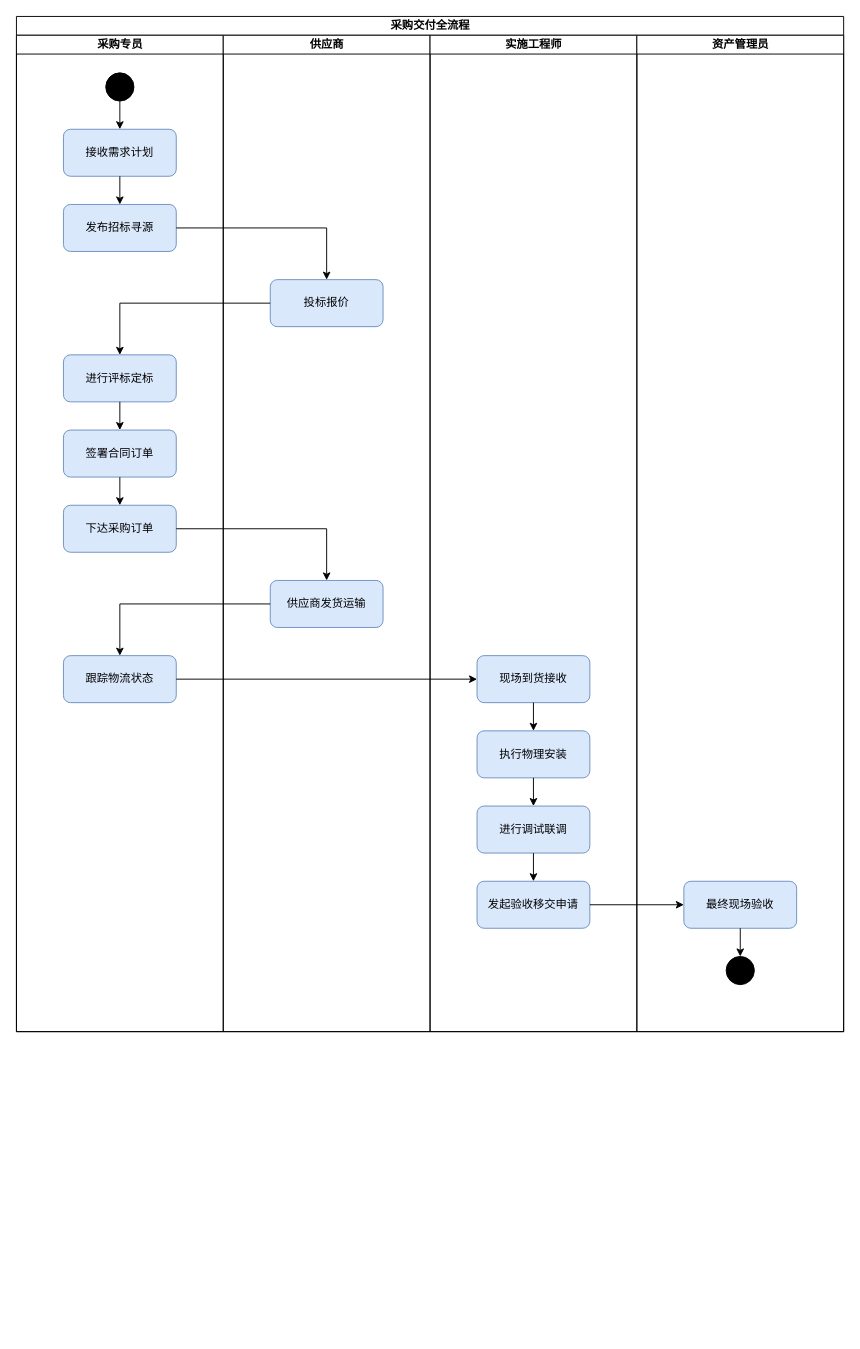
Earlier version of the draw.io diagram work/final/采购交付全流程活动图.drawio (CoKoii/Study). Source tidied: cells renumbered, new cells numbered last; positions are measured from the earlier drawing's top-left corner, leaving out a move shared by most shapes. Both pictures are drawn from the tidied source at 94%, with x=0, y=0 at pixel (16, 16).
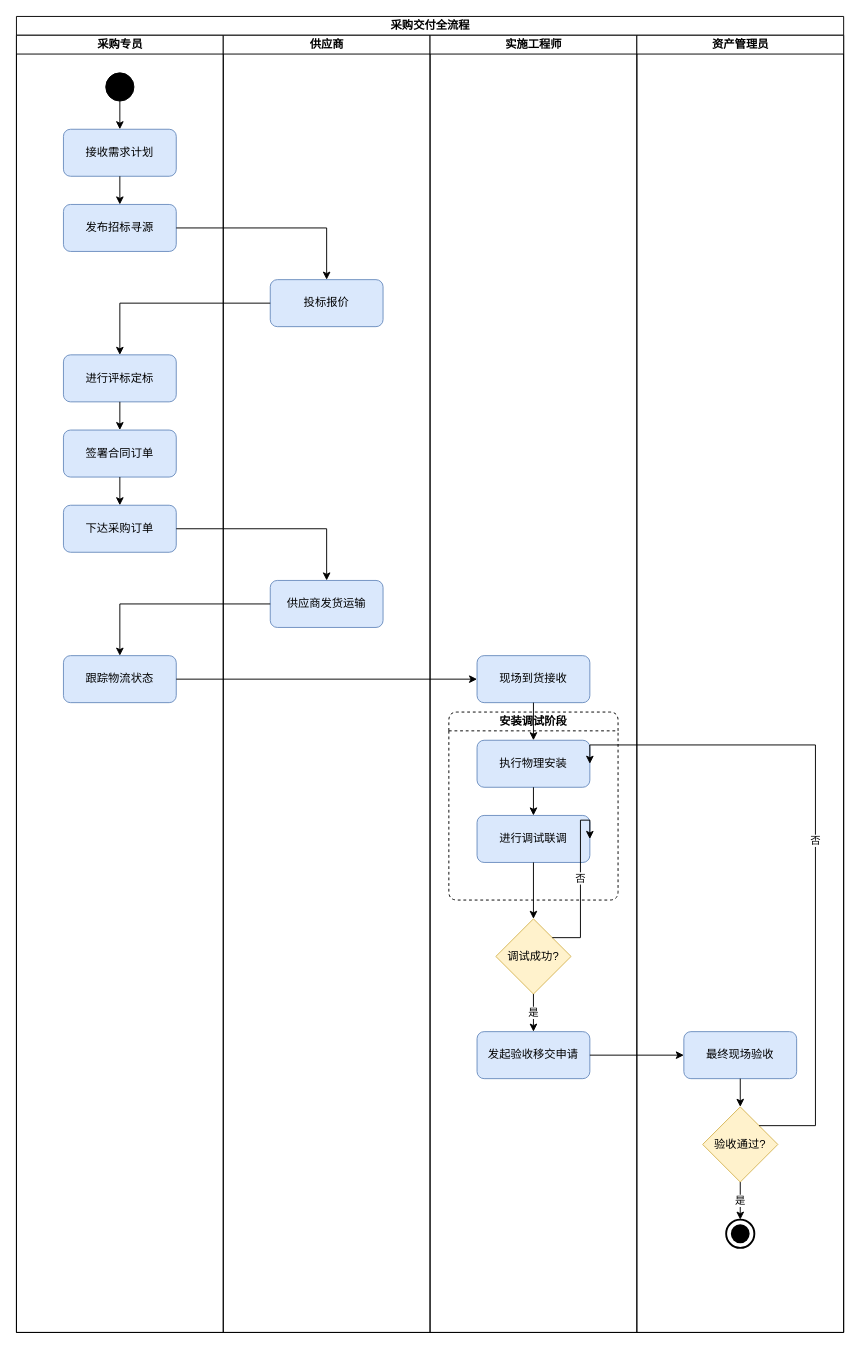
The same page after the edit.

The edit, as a diff of the source:
```diff
@@
     <mxCell id="2" value="采购交付全流程" style="swimlane;startSize=20;horizontal=1;html=1;" parent="1" vertex="1">
-      <mxGeometry width="880" height="1080" as="geometry" />
+      <mxGeometry width="880" height="1400" as="geometry" />
     </mxCell>
     <mxCell id="3" value="采购专员" style="swimlane;startSize=20;html=1;" parent="2" vertex="1">
-      <mxGeometry y="20" width="220" height="1060" as="geometry" />
+      <mxGeometry y="20" width="220" height="1380" as="geometry" />
     </mxCell>
-    <mxCell id="4" value="供应商" style="swimlane;startSize=20;html=1;" parent="2" vertex="1">
-      <mxGeometry x="220" y="20" width="220" height="1060" as="geometry" />
-    </mxCell>
-    <mxCell id="5" value="实施工程师" style="swimlane;startSize=20;html=1;" parent="2" vertex="1">
-      <mxGeometry x="440" y="20" width="220" height="1060" as="geometry" />
-    </mxCell>
-    <mxCell id="6" value="资产管理员" style="swimlane;startSize=20;html=1;" parent="2" vertex="1">
-      <mxGeometry x="660" y="20" width="220" height="1060" as="geometry" />
-    </mxCell>
@@
+    <mxCell id="4" value="供应商" style="swimlane;startSize=20;html=1;" parent="2" vertex="1">
+      <mxGeometry x="220" y="20" width="220" height="1380" as="geometry" />
+    </mxCell>
@@
+    <mxCell id="5" value="实施工程师" style="swimlane;startSize=20;html=1;" parent="2" vertex="1">
+      <mxGeometry x="440" y="20" width="220" height="1380" as="geometry" />
+    </mxCell>
@@
+    <mxCell id="36" value="安装调试阶段" style="swimlane;whiteSpace=wrap;html=1;startSize=20;rounded=1;dashed=1;fillColor=none;" parent="5" vertex="1">
+      <mxGeometry x="20" y="720" width="180" height="200" as="geometry" />
+    </mxCell>
-    <mxCell id="17" value="执行物理安装" style="rounded=1;whiteSpace=wrap;html=1;fillColor=#dae8fc;strokeColor=#6c8ebf;" parent="5" vertex="1">
-      <mxGeometry x="50" y="740" width="120" height="50" as="geometry" />
+    <mxCell id="17" value="执行物理安装" style="rounded=1;whiteSpace=wrap;html=1;fillColor=#dae8fc;strokeColor=#6c8ebf;" parent="36" vertex="1">
+      <mxGeometry x="30" y="30" width="120" height="50" as="geometry" />
     </mxCell>
-    <mxCell id="18" value="进行调试联调" style="rounded=1;whiteSpace=wrap;html=1;fillColor=#dae8fc;strokeColor=#6c8ebf;" parent="5" vertex="1">
-      <mxGeometry x="50" y="820" width="120" height="50" as="geometry" />
+    <mxCell id="18" value="进行调试联调" style="rounded=1;whiteSpace=wrap;html=1;fillColor=#dae8fc;strokeColor=#6c8ebf;" parent="36" vertex="1">
+      <mxGeometry x="30" y="110" width="120" height="50" as="geometry" />
     </mxCell>
+    <mxCell id="37" value="调试成功?" style="rhombus;whiteSpace=wrap;html=1;fillColor=#fff2cc;strokeColor=#d6b656;" parent="5" vertex="1">
+      <mxGeometry x="70" y="940" width="80" height="80" as="geometry" />
+    </mxCell>
     <mxCell id="19" value="发起验收移交申请" style="rounded=1;whiteSpace=wrap;html=1;fillColor=#dae8fc;strokeColor=#6c8ebf;" parent="5" vertex="1">
-      <mxGeometry x="50" y="900" width="120" height="50" as="geometry" />
+      <mxGeometry x="50" y="1060" width="120" height="50" as="geometry" />
     </mxCell>
+    <mxCell id="6" value="资产管理员" style="swimlane;startSize=20;html=1;" parent="2" vertex="1">
+      <mxGeometry x="660" y="20" width="220" height="1380" as="geometry" />
+    </mxCell>
     <mxCell id="20" value="最终现场验收" style="rounded=1;whiteSpace=wrap;html=1;fillColor=#dae8fc;strokeColor=#6c8ebf;" parent="6" vertex="1">
-      <mxGeometry x="50" y="900" width="120" height="50" as="geometry" />
+      <mxGeometry x="50" y="1060" width="120" height="50" as="geometry" />
     </mxCell>
+    <mxCell id="38" value="验收通过?" style="rhombus;whiteSpace=wrap;html=1;fillColor=#fff2cc;strokeColor=#d6b656;" parent="6" vertex="1">
+      <mxGeometry x="70" y="1140" width="80" height="80" as="geometry" />
+    </mxCell>
-    <mxCell id="21" style="ellipse;shape=doubleEllipse;whiteSpace=wrap;html=1;fillColor=#000000;strokeColor=#000000;" parent="6" vertex="1">
-      <mxGeometry x="95" y="980" width="30" height="30" as="geometry" />
+    <mxCell id="21" style="ellipse;whiteSpace=wrap;html=1;fillColor=none;strokeColor=#000000;strokeWidth=2;" parent="6" vertex="1">
+      <mxGeometry x="95" y="1260" width="30" height="30" as="geometry" />
     </mxCell>
+    <mxCell id="39" style="ellipse;whiteSpace=wrap;html=1;fillColor=#000000;strokeColor=none;" parent="6" vertex="1">
+      <mxGeometry x="100" y="1265" width="20" height="20" as="geometry" />
+    </mxCell>
@@
-    <mxCell id="33" style="edgeStyle=orthogonalEdgeStyle;rounded=0;html=1;" parent="2" edge="1" source="18" target="19">
+    <mxCell id="33" style="edgeStyle=orthogonalEdgeStyle;rounded=0;html=1;" parent="2" edge="1" source="18" target="37">
       <mxGeometry relative="1" as="geometry" />
     </mxCell>
-    <mxCell id="34" style="edgeStyle=orthogonalEdgeStyle;rounded=0;html=1;" parent="2" edge="1" source="19" target="20">
-      <mxGeometry relative="1" as="geometry" />
-    </mxCell>
+    <mxCell id="40" value="是" style="edgeStyle=orthogonalEdgeStyle;rounded=0;html=1;" parent="2" edge="1" source="37" target="19">
+      <mxGeometry relative="1" as="geometry" />
+    </mxCell>
+    <mxCell id="41" value="否" style="edgeStyle=orthogonalEdgeStyle;rounded=0;html=1;entryX=1;entryY=0.5;" parent="2" edge="1" source="37" target="18">
+      <mxGeometry relative="1" as="geometry">
+        <Array as="points">
+          <mxPoint x="600" y="980" />
+          <mxPoint x="600" y="855" />
+        </Array>
+      </mxGeometry>
+    </mxCell>
-    <mxCell id="35" style="edgeStyle=orthogonalEdgeStyle;rounded=0;html=1;" parent="2" edge="1" source="20" target="21">
+    <mxCell id="35" style="edgeStyle=orthogonalEdgeStyle;rounded=0;html=1;" parent="2" edge="1" source="19" target="20">
       <mxGeometry relative="1" as="geometry" />
     </mxCell>
+    <mxCell id="42" style="edgeStyle=orthogonalEdgeStyle;rounded=0;html=1;" parent="2" edge="1" source="20" target="38">
+      <mxGeometry relative="1" as="geometry" />
+    </mxCell>
+    <mxCell id="43" value="是" style="edgeStyle=orthogonalEdgeStyle;rounded=0;html=1;" parent="2" edge="1" source="38" target="21">
+      <mxGeometry relative="1" as="geometry" />
+    </mxCell>
+    <mxCell id="44" value="否" style="edgeStyle=orthogonalEdgeStyle;rounded=0;html=1;entryX=1;entryY=0.5;" parent="2" edge="1" source="38" target="17">
+      <mxGeometry relative="1" as="geometry">
+        <Array as="points">
+          <mxPoint x="850" y="1180" />
+          <mxPoint x="850" y="775" />
+        </Array>
+      </mxGeometry>
+    </mxCell>
```
